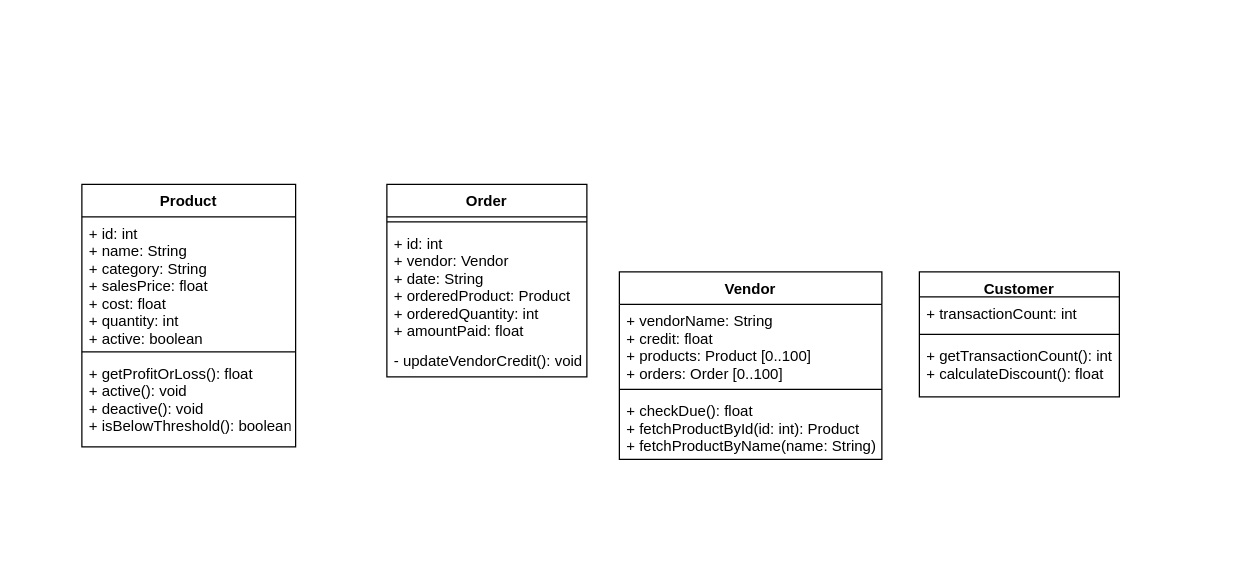
The draw.io diagram Untitled Diagram.drawio in sksarafad/upgrad_project, before the edit. Source tidied: cells renumbered, new cells numbered last; positions are measured from the earlier drawing's top-left corner, leaving out a move shared by most shapes. Both pictures are drawn from the tidied source at 125%, with x=0, y=0 at pixel (81, 184).
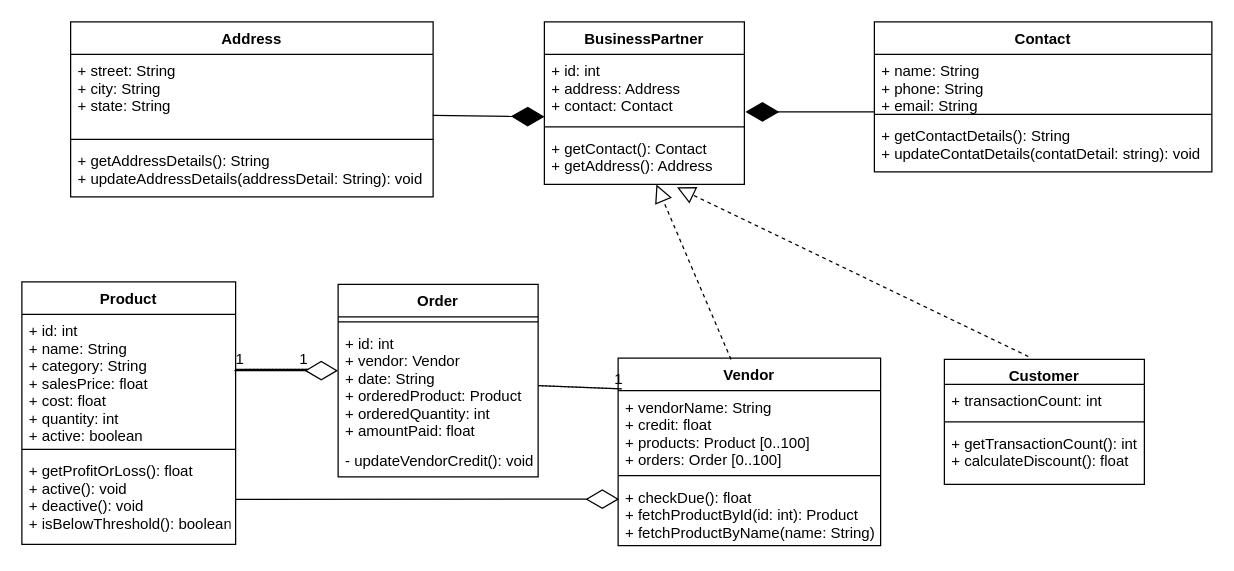
After the change.

Unchanged cells that the change refers to:
```xml
<mxCell id="5" value="+ getProfitOrLoss(): float&#10;+ active(): void&#10;+ deactive(): void&#10;+ isBelowThreshold(): boolean" style="text;strokeColor=none;fillColor=none;align=left;verticalAlign=top;spacingLeft=4;spacingRight=4;overflow=hidden;points=[[0,0.5],[1,0.5]];portConstraint=eastwest;" parent="2" vertex="1">
  <mxGeometry y="138" width="171" height="72" as="geometry" />
</mxCell>
<mxCell id="8" value="+ id: int&#10;+ vendor: Vendor&#10;+ date: String&#10;+ orderedProduct: Product&#10;+ orderedQuantity: int&#10;+ amountPaid: float" style="text;strokeColor=none;fillColor=none;align=left;verticalAlign=top;spacingLeft=4;spacingRight=4;overflow=hidden;points=[[0,0.5],[1,0.5]];portConstraint=eastwest;" parent="6" vertex="1">
  <mxGeometry y="34" width="160" height="94" as="geometry" />
</mxCell>
<mxCell id="11" value="+ vendorName: String&#10;+ credit: float&#10;+ products: Product [0..100]&#10;+ orders: Order [0..100]" style="text;strokeColor=none;fillColor=none;align=left;verticalAlign=top;spacingLeft=4;spacingRight=4;overflow=hidden;points=[[0,0.5],[1,0.5]];portConstraint=eastwest;" parent="10" vertex="1">
  <mxGeometry y="26" width="210" height="64" as="geometry" />
</mxCell>
<mxCell id="13" value="+ checkDue(): float&#10;+ fetchProductById(id: int): Product&#10;+ fetchProductByName(name: String): Product" style="text;strokeColor=none;fillColor=none;align=left;verticalAlign=top;spacingLeft=4;spacingRight=4;overflow=hidden;points=[[0,0.5],[1,0.5]];portConstraint=eastwest;" parent="10" vertex="1">
  <mxGeometry y="98" width="210" height="52" as="geometry" />
</mxCell>
```

Change to the diagram source:
```diff
@@
     <mxCell id="2" value="Product" style="swimlane;fontStyle=1;align=center;verticalAlign=top;horizontal=1;startSize=26;" parent="1" vertex="1">
-      <mxGeometry width="171" height="210" as="geometry" />
+      <mxGeometry x="-48" y="78" width="171" height="210" as="geometry" />
     </mxCell>
@@
     <mxCell id="6" value="Order" style="swimlane;fontStyle=1;align=center;verticalAlign=top;horizontal=1;startSize=26;" parent="1" vertex="1">
-      <mxGeometry x="244" width="160" height="154" as="geometry" />
+      <mxGeometry x="205" y="80" width="160" height="154" as="geometry" />
     </mxCell>
@@
     <mxCell id="10" value="Vendor" style="swimlane;fontStyle=1;align=center;verticalAlign=top;horizontal=1;startSize=26;" parent="1" vertex="1">
-      <mxGeometry x="430" y="70" width="210" height="150" as="geometry" />
+      <mxGeometry x="429" y="139" width="210" height="150" as="geometry" />
     </mxCell>
@@
     <mxCell id="14" value="Customer" style="swimlane;fontStyle=1;align=center;verticalAlign=top;horizontal=1;startSize=20;" parent="1" vertex="1">
-      <mxGeometry x="670" y="70" width="160" height="100" as="geometry" />
+      <mxGeometry x="690" y="140" width="160" height="100" as="geometry" />
     </mxCell>
@@
+    <mxCell id="18" value="Address" style="swimlane;fontStyle=1;align=center;verticalAlign=top;horizontal=1;startSize=26;" parent="1" vertex="1">
+      <mxGeometry x="-9" y="-130" width="290" height="140" as="geometry" />
+    </mxCell>
+    <mxCell id="19" value="+ street: String&#10;+ city: String&#10;+ state: String" style="text;strokeColor=none;fillColor=none;align=left;verticalAlign=top;spacingLeft=4;spacingRight=4;overflow=hidden;points=[[0,0.5],[1,0.5]];portConstraint=eastwest;" parent="18" vertex="1">
+      <mxGeometry y="26" width="290" height="64" as="geometry" />
+    </mxCell>
+    <mxCell id="20" style="line;strokeWidth=1;fillColor=none;align=left;verticalAlign=middle;spacingTop=-1;spacingLeft=3;spacingRight=3;labelPosition=right;" parent="18" vertex="1">
+      <mxGeometry y="90" width="290" height="8" as="geometry" />
+    </mxCell>
+    <mxCell id="21" value="+ getAddressDetails(): String&#10;+ updateAddressDetails(addressDetail: String): void" style="text;strokeColor=none;fillColor=none;align=left;verticalAlign=top;spacingLeft=4;spacingRight=4;overflow=hidden;" parent="18" vertex="1">
+      <mxGeometry y="98" width="290" height="42" as="geometry" />
+    </mxCell>
+    <mxCell id="22" value="BusinessPartner" style="swimlane;fontStyle=1;align=center;verticalAlign=top;horizontal=1;startSize=26;" parent="1" vertex="1">
+      <mxGeometry x="370" y="-130" width="160" height="130" as="geometry" />
+    </mxCell>
+    <mxCell id="23" value="+ id: int&#10;+ address: Address&#10;+ contact: Contact" style="text;strokeColor=none;fillColor=none;align=left;verticalAlign=top;spacingLeft=4;spacingRight=4;overflow=hidden;points=[[0,0.5],[1,0.5]];portConstraint=eastwest;" parent="22" vertex="1">
+      <mxGeometry y="26" width="160" height="54" as="geometry" />
+    </mxCell>
+    <mxCell id="24" style="line;strokeWidth=1;fillColor=none;align=left;verticalAlign=middle;spacingTop=-1;spacingLeft=3;spacingRight=3;labelPosition=right;" parent="22" vertex="1">
+      <mxGeometry y="80" width="160" height="8" as="geometry" />
+    </mxCell>
+    <mxCell id="25" value="+ getContact(): Contact&#10;+ getAddress(): Address" style="text;strokeColor=none;fillColor=none;align=left;verticalAlign=top;spacingLeft=4;spacingRight=4;overflow=hidden;points=[[0,0.5],[1,0.5]];portConstraint=eastwest;" parent="22" vertex="1">
+      <mxGeometry y="88" width="160" height="42" as="geometry" />
+    </mxCell>
+    <mxCell id="26" value="Contact" style="swimlane;fontStyle=1;align=center;verticalAlign=top;horizontal=1;startSize=26;" parent="1" vertex="1">
+      <mxGeometry x="634" y="-130" width="270" height="120" as="geometry" />
+    </mxCell>
+    <mxCell id="27" value="+ name: String&#10;+ phone: String&#10;+ email: String" style="text;strokeColor=none;fillColor=none;align=left;verticalAlign=top;spacingLeft=4;spacingRight=4;overflow=hidden;" parent="26" vertex="1">
+      <mxGeometry y="26" width="270" height="44" as="geometry" />
+    </mxCell>
+    <mxCell id="28" style="line;strokeWidth=1;fillColor=none;align=left;verticalAlign=middle;spacingTop=-1;spacingLeft=3;spacingRight=3;labelPosition=right;points=[];portConstraint=eastwest;" parent="26" vertex="1">
+      <mxGeometry y="70" width="270" height="8" as="geometry" />
+    </mxCell>
+    <mxCell id="29" value="+ getContactDetails(): String&#10;+ updateContatDetails(contatDetail: string): void " style="text;strokeColor=none;fillColor=none;align=left;verticalAlign=top;spacingLeft=4;spacingRight=4;overflow=hidden;" parent="26" vertex="1">
+      <mxGeometry y="78" width="270" height="42" as="geometry" />
+    </mxCell>
+    <mxCell id="30" style="endArrow=diamondThin;endFill=1;endSize=24;html=1;exitX=0;exitY=0.25;exitDx=0;exitDy=0;exitPerimeter=0;entryX=1.006;entryY=0.852;entryDx=0;entryDy=0;entryPerimeter=0;" parent="1" edge="1" source="28" target="23">
+      <mxGeometry relative="1" as="geometry" />
+    </mxCell>
+    <mxCell id="31" style="endArrow=diamondThin;endFill=1;endSize=24;html=1;exitX=0.999;exitY=0.762;exitDx=0;exitDy=0;exitPerimeter=0;entryX=0.001;entryY=0.925;entryDx=0;entryDy=0;entryPerimeter=0;" parent="1" edge="1" source="19" target="23">
+      <mxGeometry relative="1" as="geometry" />
+    </mxCell>
+    <mxCell id="32" style="endArrow=diamondThin;endFill=0;endSize=24;html=1;" parent="1" edge="1">
+      <mxGeometry relative="1" as="geometry">
+        <mxPoint x="122" y="149" as="sourcePoint" />
+        <mxPoint x="205" y="149" as="targetPoint" />
+      </mxGeometry>
+    </mxCell>
+    <mxCell id="33" style="endArrow=diamondThin;endFill=0;endSize=24;html=1;exitX=1;exitY=0.5;exitDx=0;exitDy=0;entryX=0.004;entryY=0.285;entryDx=0;entryDy=0;entryPerimeter=0;" parent="1" edge="1" source="5" target="13">
+      <mxGeometry relative="1" as="geometry" />
+    </mxCell>
+    <mxCell id="34" style="endArrow=block;dashed=1;endFill=0;endSize=12;html=1;exitX=0.43;exitY=0.007;exitDx=0;exitDy=0;exitPerimeter=0;entryX=0.56;entryY=1.001;entryDx=0;entryDy=0;entryPerimeter=0;" parent="1" edge="1" source="10" target="25">
+      <mxGeometry relative="1" as="geometry" />
+    </mxCell>
+    <mxCell id="35" style="endArrow=block;dashed=1;endFill=0;endSize=12;html=1;exitX=0.42;exitY=-0.023;exitDx=0;exitDy=0;exitPerimeter=0;entryX=0.663;entryY=1.057;entryDx=0;entryDy=0;entryPerimeter=0;" parent="1" edge="1" source="14" target="25">
+      <mxGeometry relative="1" as="geometry" />
+    </mxCell>
+    <mxCell id="36" style="endArrow=none;html=1;rounded=0;exitX=1;exitY=0.5;exitDx=0;exitDy=0;entryX=0.011;entryY=-0.022;entryDx=0;entryDy=0;entryPerimeter=0;" parent="1" edge="1" source="8" target="11">
+      <mxGeometry relative="1" as="geometry" />
+    </mxCell>
+    <mxCell id="37" style="endArrow=none;html=1;rounded=0;dashed=1;dashPattern=1 2;exitX=1;exitY=0.5;exitDx=0;exitDy=0;entryX=0.017;entryY=-0.022;entryDx=0;entryDy=0;entryPerimeter=0;" parent="1" edge="1" source="8" target="11">
+      <mxGeometry relative="1" as="geometry" />
+    </mxCell>
+    <mxCell id="38" value="1" style="html=1;align=right;verticalAlign=bottom;" parent="37" vertex="1">
+      <mxGeometry x="1" relative="1" as="geometry" />
+    </mxCell>
+    <mxCell id="39" style="endArrow=none;html=1;rounded=0;" parent="1" edge="1">
+      <mxGeometry relative="1" as="geometry">
+        <mxPoint x="123" y="148" as="sourcePoint" />
+        <mxPoint x="181" y="148" as="targetPoint" />
+      </mxGeometry>
+    </mxCell>
+    <mxCell id="40" value="1" style="html=1;align=right;verticalAlign=bottom;" parent="39" vertex="1">
+      <mxGeometry x="1" relative="1" as="geometry" />
+    </mxCell>
+    <mxCell id="41" style="endArrow=none;html=1;rounded=0;dashed=1;dashPattern=1 2;" parent="1" edge="1">
+      <mxGeometry relative="1" as="geometry">
+        <mxPoint x="180" y="148" as="sourcePoint" />
+        <mxPoint x="130" y="148" as="targetPoint" />
+      </mxGeometry>
+    </mxCell>
+    <mxCell id="42" value="1" style="html=1;align=right;verticalAlign=bottom;" parent="41" vertex="1">
+      <mxGeometry x="1" relative="1" as="geometry" />
+    </mxCell>
```
